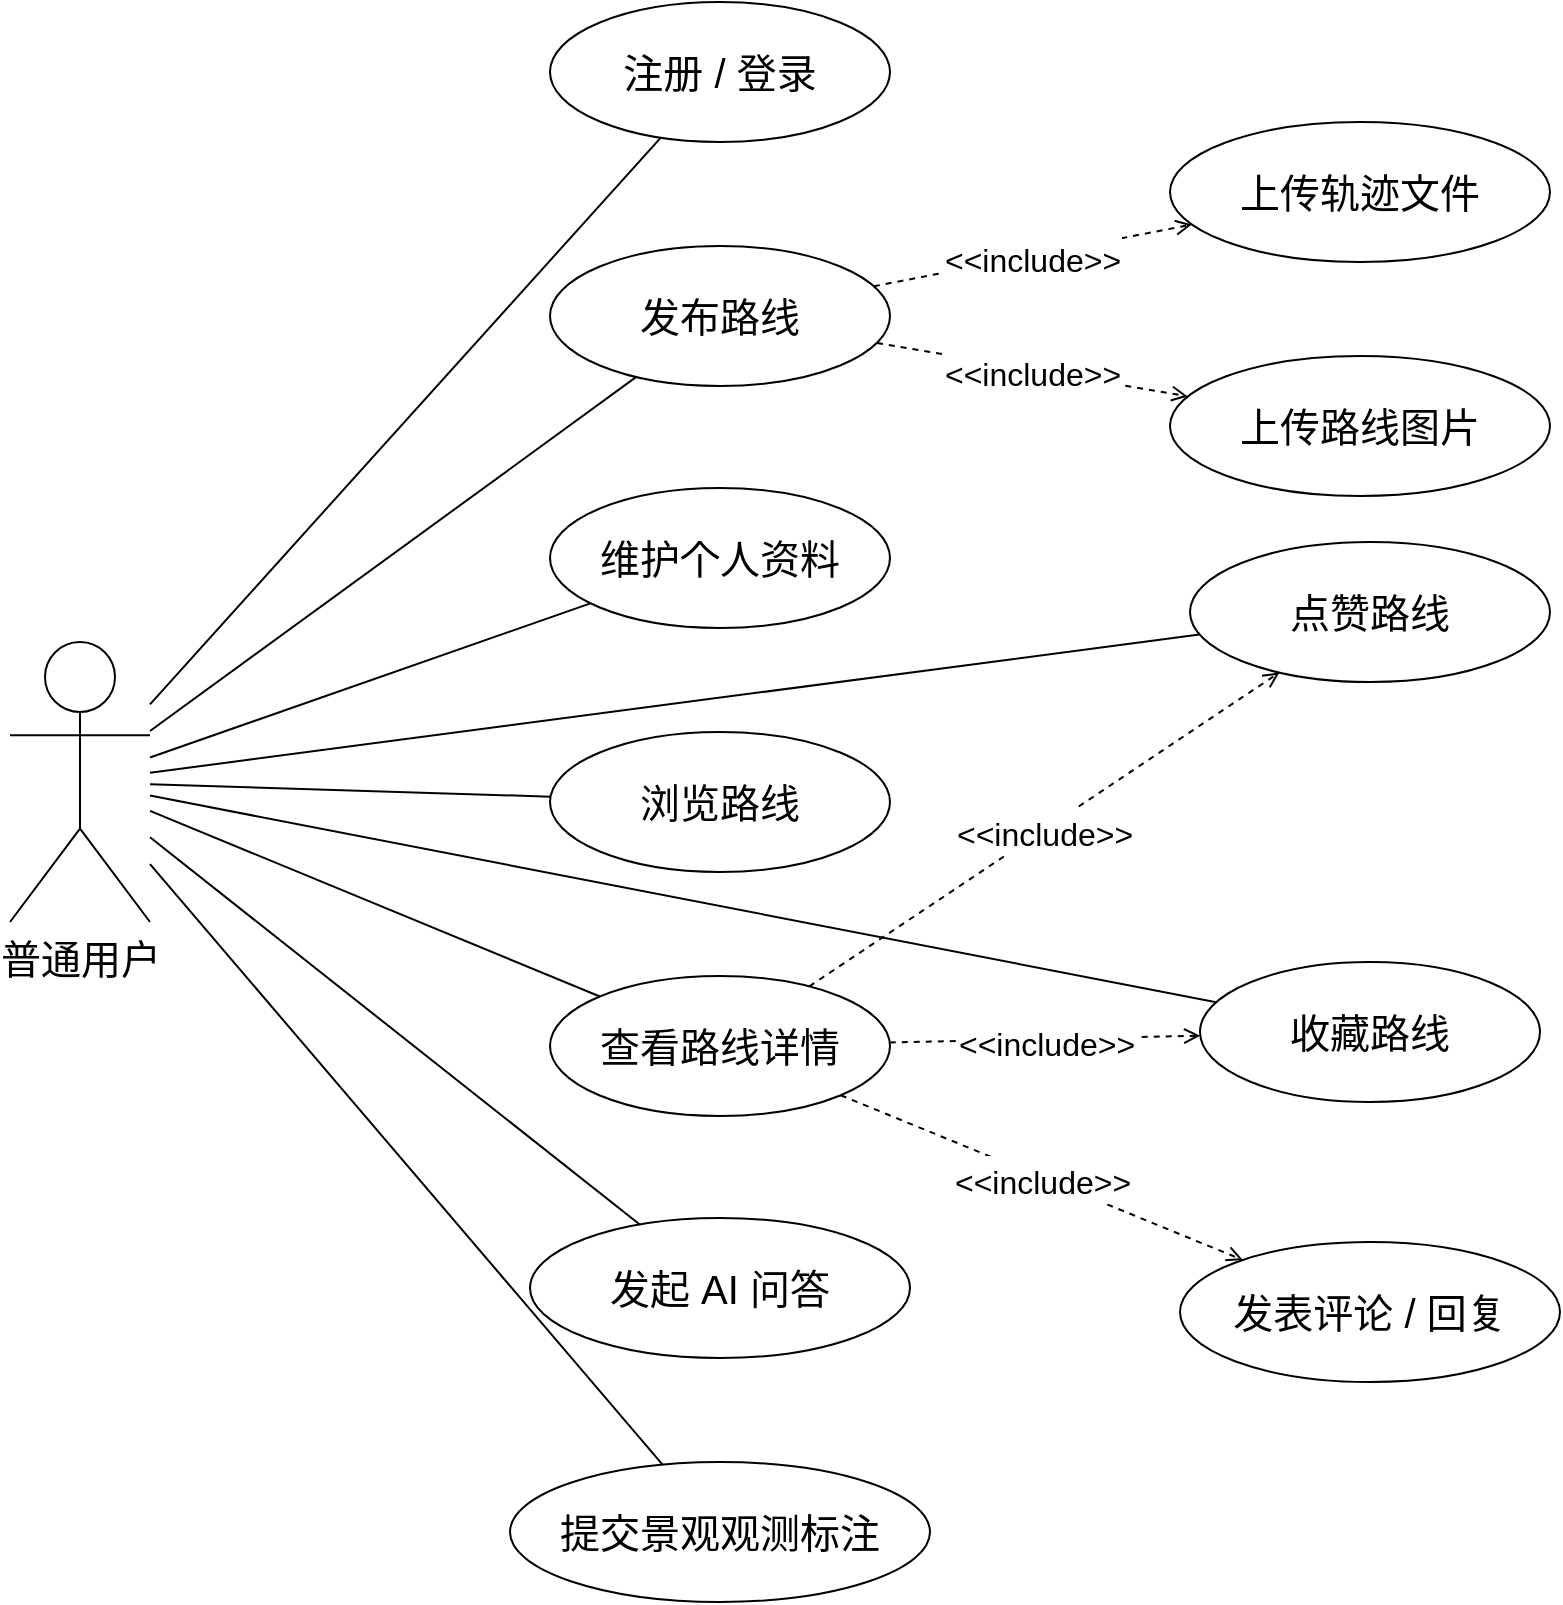
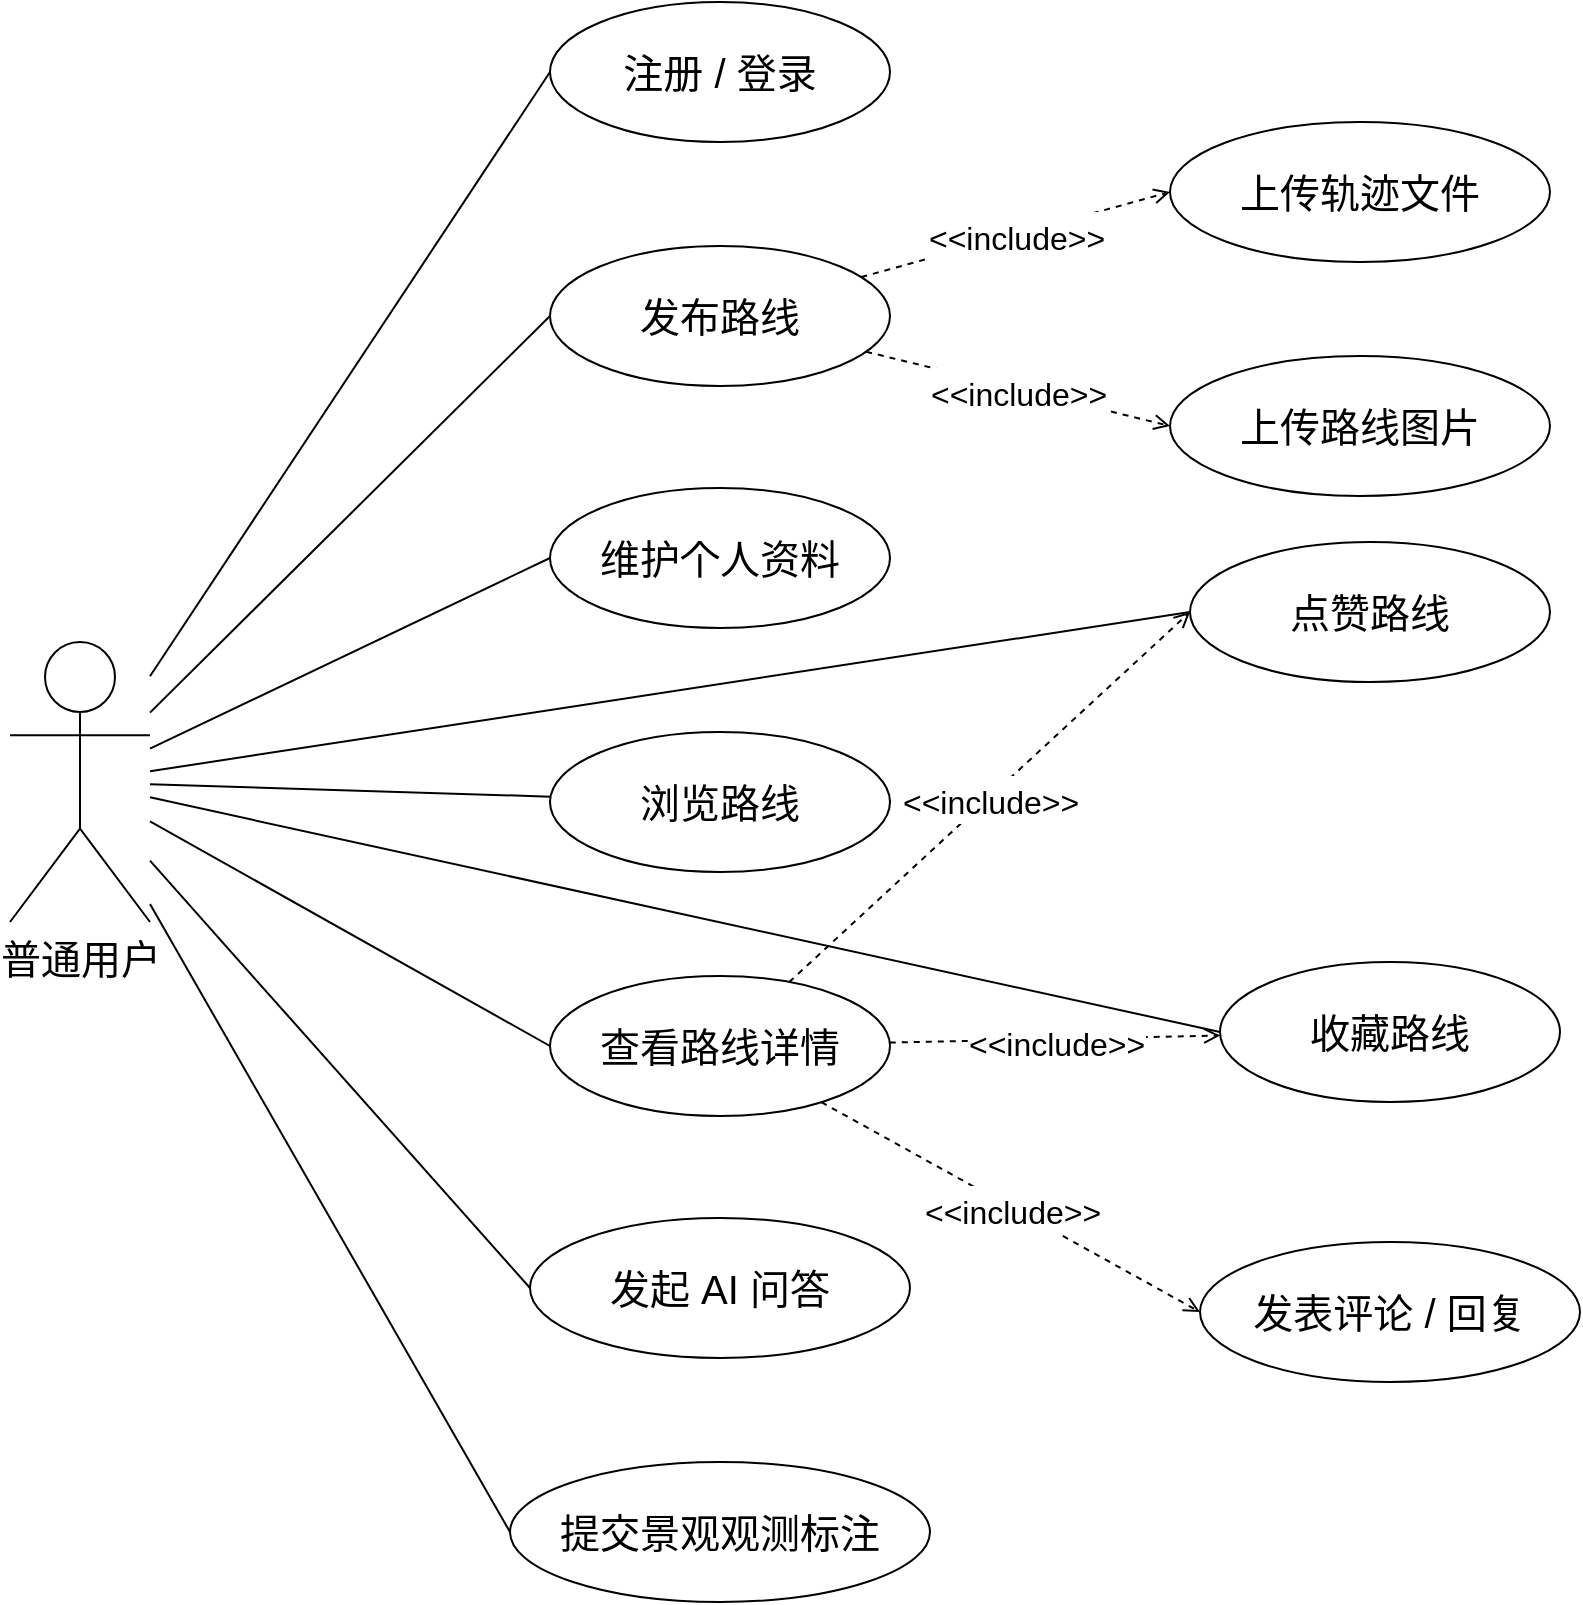
<mxfile host="Electron">
  <diagram name="normal-user-usecase" id="normal-user-usecase">
-     <mxGraphModel dx="991" dy="803" grid="1" gridSize="10" guides="1" tooltips="1" connect="1" arrows="1" fold="1" page="1" pageScale="1" pageWidth="1600" pageHeight="1000" math="0" shadow="0">
+     <mxGraphModel dx="1060" dy="851" grid="1" gridSize="10" guides="1" tooltips="1" connect="1" arrows="1" fold="1" page="1" pageScale="1" pageWidth="1600" pageHeight="1000" math="0" shadow="0">
      <root>
        <mxCell id="0" />
        <mxCell id="1" parent="0" />
        <mxCell id="actor_user" parent="1" style="shape=umlActor;verticalLabelPosition=bottom;verticalAlign=top;html=1;fontSize=20;fillColor=none;" value="普通用户" vertex="1">
          <mxGeometry height="140" width="70" x="70" y="360" as="geometry" />
        </mxCell>
        <mxCell id="uc_register" parent="1" style="ellipse;whiteSpace=wrap;html=1;fontSize=20;fillColor=none;" value="注册 / 登录" vertex="1">
          <mxGeometry height="70" width="170" x="340" y="40" as="geometry" />
        </mxCell>
        <mxCell id="uc_profile" parent="1" style="ellipse;whiteSpace=wrap;html=1;fontSize=20;fillColor=none;" value="维护个人资料" vertex="1">
          <mxGeometry height="70" width="170" x="340" y="283" as="geometry" />
        </mxCell>
        <mxCell id="uc_browse" parent="1" style="ellipse;whiteSpace=wrap;html=1;fontSize=20;fillColor=none;" value="浏览路线" vertex="1">
          <mxGeometry height="70" width="170" x="340" y="405" as="geometry" />
        </mxCell>
        <mxCell id="uc_detail" parent="1" style="ellipse;whiteSpace=wrap;html=1;fontSize=20;fillColor=none;" value="查看路线详情" vertex="1">
          <mxGeometry height="70" width="170" x="340" y="527" as="geometry" />
        </mxCell>
        <mxCell id="uc_publish" parent="1" style="ellipse;whiteSpace=wrap;html=1;fontSize=20;fillColor=none;" value="发布路线" vertex="1">
          <mxGeometry height="70" width="170" x="340" y="162" as="geometry" />
        </mxCell>
        <mxCell id="uc_upload_track" parent="1" style="ellipse;whiteSpace=wrap;html=1;fontSize=20;fillColor=none;" value="上传轨迹文件" vertex="1">
          <mxGeometry height="70" width="190" x="650" y="100" as="geometry" />
        </mxCell>
        <mxCell id="uc_upload_media" parent="1" style="ellipse;whiteSpace=wrap;html=1;fontSize=20;fillColor=none;" value="上传路线图片" vertex="1">
          <mxGeometry height="70" width="190" x="650" y="217" as="geometry" />
        </mxCell>
        <mxCell id="uc_comment" parent="1" style="ellipse;whiteSpace=wrap;html=1;fontSize=20;fillColor=none;" value="发表评论 / 回复" vertex="1">
-           <mxGeometry height="70" width="190" x="655" y="660" as="geometry" />
+           <mxGeometry height="70" width="190" x="665" y="660" as="geometry" />
        </mxCell>
        <mxCell id="uc_like" parent="1" style="ellipse;whiteSpace=wrap;html=1;fontSize=20;fillColor=none;" value="点赞路线" vertex="1">
          <mxGeometry height="70" width="180" x="660" y="310" as="geometry" />
        </mxCell>
        <mxCell id="uc_favorite" parent="1" style="ellipse;whiteSpace=wrap;html=1;fontSize=20;fillColor=none;" value="收藏路线" vertex="1">
-           <mxGeometry height="70" width="170" x="665" y="520" as="geometry" />
+           <mxGeometry height="70" width="170" x="675" y="520" as="geometry" />
        </mxCell>
        <mxCell id="uc_ai" parent="1" style="ellipse;whiteSpace=wrap;html=1;fontSize=20;fillColor=none;" value="发起 AI 问答" vertex="1">
          <mxGeometry height="70" width="190" x="330" y="648" as="geometry" />
        </mxCell>
        <mxCell id="uc_observe" parent="1" style="ellipse;whiteSpace=wrap;html=1;fontSize=20;fillColor=none;" value="提交景观观测标注" vertex="1">
          <mxGeometry height="70" width="210" x="320" y="770" as="geometry" />
        </mxCell>
-         <mxCell id="e1" edge="1" parent="1" source="actor_user" style="endArrow=none;html=1;rounded=0;fontSize=20;" target="uc_register">
+         <mxCell id="e1" edge="1" parent="1" source="actor_user" style="endArrow=none;html=1;rounded=0;fontSize=20;entryX=0;entryY=0.5;entryDx=0;entryDy=0;" target="uc_register">
          <mxGeometry relative="1" as="geometry" />
        </mxCell>
-         <mxCell id="e2" edge="1" parent="1" source="actor_user" style="endArrow=none;html=1;rounded=0;fontSize=20;" target="uc_profile">
+         <mxCell id="e2" edge="1" parent="1" source="actor_user" style="endArrow=none;html=1;rounded=0;fontSize=20;entryX=0;entryY=0.5;entryDx=0;entryDy=0;" target="uc_profile">
          <mxGeometry relative="1" as="geometry" />
        </mxCell>
        <mxCell id="e3" edge="1" parent="1" source="actor_user" style="endArrow=none;html=1;rounded=0;fontSize=20;" target="uc_browse">
          <mxGeometry relative="1" as="geometry" />
        </mxCell>
-         <mxCell id="e4" edge="1" parent="1" source="actor_user" style="endArrow=none;html=1;rounded=0;fontSize=20;" target="uc_detail">
+         <mxCell id="e4" edge="1" parent="1" source="actor_user" style="endArrow=none;html=1;rounded=0;fontSize=20;entryX=0;entryY=0.5;entryDx=0;entryDy=0;" target="uc_detail">
          <mxGeometry relative="1" as="geometry" />
        </mxCell>
-         <mxCell id="e5" edge="1" parent="1" source="actor_user" style="endArrow=none;html=1;rounded=0;fontSize=20;" target="uc_publish">
+         <mxCell id="e5" edge="1" parent="1" source="actor_user" style="endArrow=none;html=1;rounded=0;fontSize=20;entryX=0;entryY=0.5;entryDx=0;entryDy=0;" target="uc_publish">
          <mxGeometry relative="1" as="geometry" />
        </mxCell>
-         <mxCell id="e7" edge="1" parent="1" source="actor_user" style="endArrow=none;html=1;rounded=0;fontSize=20;" target="uc_like">
+         <mxCell id="e7" edge="1" parent="1" source="actor_user" style="endArrow=none;html=1;rounded=0;fontSize=20;entryX=0;entryY=0.5;entryDx=0;entryDy=0;" target="uc_like">
          <mxGeometry relative="1" as="geometry" />
        </mxCell>
-         <mxCell id="e8" edge="1" parent="1" source="actor_user" style="endArrow=none;html=1;rounded=0;fontSize=20;" target="uc_favorite">
+         <mxCell id="e8" edge="1" parent="1" source="actor_user" style="endArrow=none;html=1;rounded=0;fontSize=20;entryX=0;entryY=0.5;entryDx=0;entryDy=0;" target="uc_favorite">
          <mxGeometry relative="1" as="geometry" />
        </mxCell>
-         <mxCell id="e9" edge="1" parent="1" source="actor_user" style="endArrow=none;html=1;rounded=0;fontSize=20;" target="uc_ai">
+         <mxCell id="e9" edge="1" parent="1" source="actor_user" style="endArrow=none;html=1;rounded=0;fontSize=20;entryX=0;entryY=0.5;entryDx=0;entryDy=0;" target="uc_ai">
          <mxGeometry relative="1" as="geometry" />
        </mxCell>
-         <mxCell id="e10" edge="1" parent="1" source="actor_user" style="endArrow=none;html=1;rounded=0;fontSize=20;" target="uc_observe">
+         <mxCell id="e10" edge="1" parent="1" source="actor_user" style="endArrow=none;html=1;rounded=0;fontSize=20;entryX=0;entryY=0.5;entryDx=0;entryDy=0;" target="uc_observe">
          <mxGeometry relative="1" as="geometry" />
        </mxCell>
-         <mxCell id="inc1" edge="1" parent="1" source="uc_publish" style="dashed=1;endArrow=open;html=1;fontSize=20;" target="uc_upload_track" value="&lt;font style=&quot;font-size: 16px;&quot;&gt;&amp;lt;&amp;lt;include&amp;gt;&amp;gt;&lt;/font&gt;">
+         <mxCell id="inc1" edge="1" parent="1" source="uc_publish" style="dashed=1;endArrow=open;html=1;fontSize=20;entryX=0;entryY=0.5;entryDx=0;entryDy=0;" target="uc_upload_track" value="&lt;font style=&quot;font-size: 16px;&quot;&gt;&amp;lt;&amp;lt;include&amp;gt;&amp;gt;&lt;/font&gt;">
          <mxGeometry relative="1" x="0.0031" as="geometry">
            <mxPoint as="offset" />
          </mxGeometry>
        </mxCell>
-         <mxCell id="inc2" edge="1" parent="1" source="uc_publish" style="dashed=1;endArrow=open;html=1;fontSize=20;" target="uc_upload_media" value="&lt;font style=&quot;font-size: 16px;&quot;&gt;&amp;lt;&amp;lt;include&amp;gt;&amp;gt;&lt;/font&gt;">
+         <mxCell id="inc2" edge="1" parent="1" source="uc_publish" style="dashed=1;endArrow=open;html=1;fontSize=20;entryX=0;entryY=0.5;entryDx=0;entryDy=0;" target="uc_upload_media" value="&lt;font style=&quot;font-size: 16px;&quot;&gt;&amp;lt;&amp;lt;include&amp;gt;&amp;gt;&lt;/font&gt;">
          <mxGeometry relative="1" x="0.0012" as="geometry">
            <mxPoint as="offset" />
          </mxGeometry>
        </mxCell>
-         <mxCell id="inc3" edge="1" parent="1" source="uc_detail" style="dashed=1;endArrow=open;html=1;fontSize=20;" target="uc_comment" value="&lt;span&gt;&lt;font style=&quot;font-size: 16px;&quot;&gt;&amp;lt;&amp;lt;include&amp;gt;&amp;gt;&lt;/font&gt;&lt;/span&gt;">
+         <mxCell id="inc3" edge="1" parent="1" source="uc_detail" style="dashed=1;endArrow=open;html=1;fontSize=20;entryX=0;entryY=0.5;entryDx=0;entryDy=0;" target="uc_comment" value="&lt;span&gt;&lt;font style=&quot;font-size: 16px;&quot;&gt;&amp;lt;&amp;lt;include&amp;gt;&amp;gt;&lt;/font&gt;&lt;/span&gt;">
          <mxGeometry relative="1" x="0.0019" as="geometry">
            <mxPoint as="offset" />
          </mxGeometry>
        </mxCell>
-         <mxCell id="inc4" edge="1" parent="1" source="uc_detail" style="dashed=1;endArrow=open;html=1;fontSize=20;" target="uc_like" value="&lt;font style=&quot;font-size: 16px;&quot;&gt;&amp;lt;&amp;lt;include&amp;gt;&amp;gt;&lt;/font&gt;">
+         <mxCell id="inc4" edge="1" parent="1" source="uc_detail" style="dashed=1;endArrow=open;html=1;fontSize=20;entryX=0;entryY=0.5;entryDx=0;entryDy=0;" target="uc_like" value="&lt;font style=&quot;font-size: 16px;&quot;&gt;&amp;lt;&amp;lt;include&amp;gt;&amp;gt;&lt;/font&gt;">
          <mxGeometry relative="1" x="-0.0018" as="geometry">
            <mxPoint as="offset" />
          </mxGeometry>
        </mxCell>
        <mxCell id="inc5" edge="1" parent="1" source="uc_detail" style="dashed=1;endArrow=open;html=1;fontSize=20;" target="uc_favorite" value="&lt;font style=&quot;font-size: 16px;&quot;&gt;&amp;lt;&amp;lt;include&amp;gt;&amp;gt;&lt;/font&gt;">
          <mxGeometry relative="1" x="0.0021" as="geometry">
            <mxPoint as="offset" />
          </mxGeometry>
        </mxCell>
      </root>
    </mxGraphModel>
  </diagram>
</mxfile>
